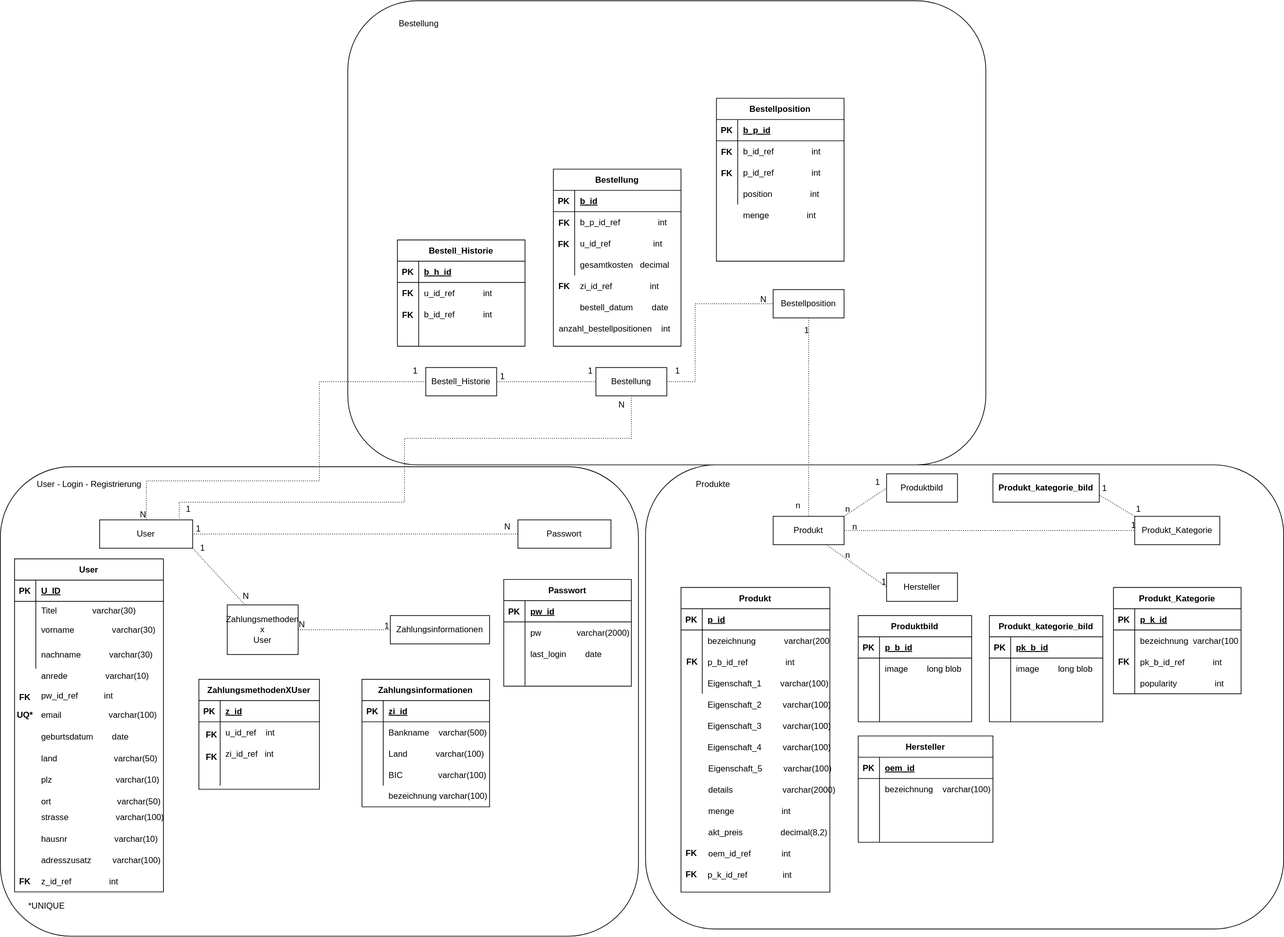
Above: ER-Modell.drawio.svg in Projektarbeiten/ProjectPlatypus (draw.io), before the change. Source tidied: cells renumbered, new cells last; positions are measured from the earlier drawing's top-left corner, leaving out a move shared by most shapes.
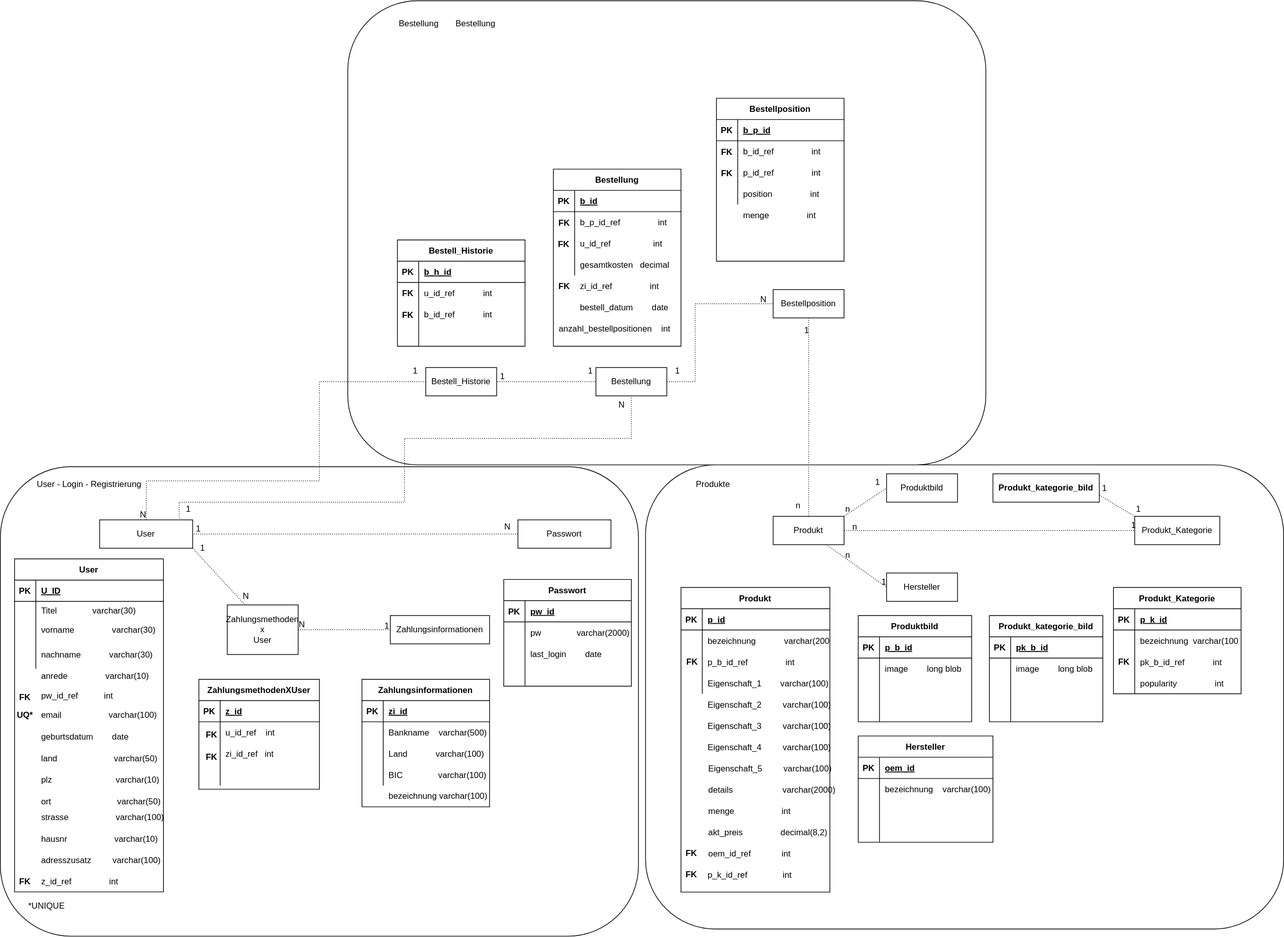
After the commit.

Change to the diagram source:
```diff
@@ -803,5 +803,8 @@
     <mxCell id="255" value="Bestellung" style="text;html=1;align=center;verticalAlign=middle;strokeColor=none;fillColor=none;" parent="1" vertex="1">
       <mxGeometry x="550" y="18" width="80" height="30" as="geometry" />
     </mxCell>
+    <mxCell id="256" value="Bestellung" style="text;html=1;align=center;verticalAlign=middle;strokeColor=none;fillColor=none;" parent="1" vertex="1">
+      <mxGeometry x="630" y="18" width="80" height="30" as="geometry" />
+    </mxCell>
   </root>
 </mxGraphModel>
```
